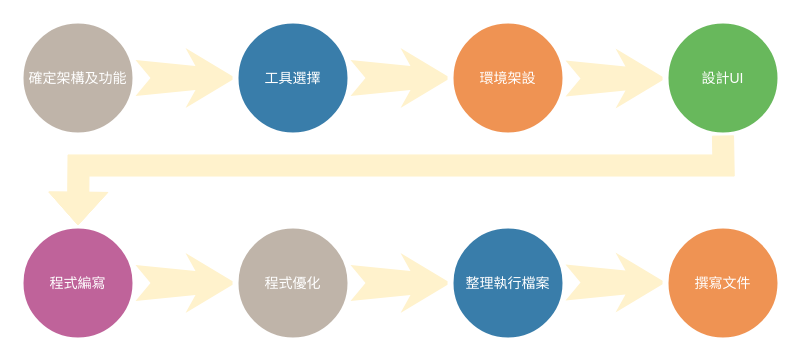
This is 流程圖.drawio from C110118150/No.11, a draw.io file, before an edit. Source tidied: cells renumbered, new cells numbered last; positions are measured from the earlier drawing's top-left corner, leaving out a move shared by most shapes. Both pictures are drawn from the tidied source at 100%, with x=0, y=0 at pixel (20, 20).
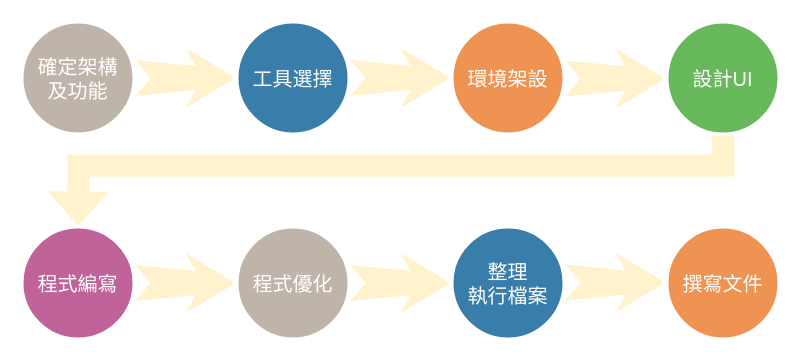
After the change.

Commit message:
更新流程圖.drawio

Diff of the diagram source:
```diff
@@
 <mxGraphModel>
   <root>
     <mxCell id="0" />
     <mxCell id="1" parent="0" />
-    <mxCell id="2" value="確定架構及功能" style="ellipse;whiteSpace=wrap;html=1;rounded=0;shadow=0;strokeWidth=6;fontSize=14;align=center;fillColor=#BFB4A9;strokeColor=#FFFFFF;fontColor=#FFFFFF;" parent="1" vertex="1">
+    <mxCell id="2" value="&lt;font style=&quot;font-size: 20px;&quot;&gt;確定架構&lt;br&gt;及功能&lt;/font&gt;" style="ellipse;whiteSpace=wrap;html=1;rounded=0;shadow=0;strokeWidth=6;fontSize=14;align=center;fillColor=#BFB4A9;strokeColor=#FFFFFF;fontColor=#FFFFFF;" parent="1" vertex="1">
       <mxGeometry width="115" height="115" as="geometry" />
     </mxCell>
     <mxCell id="3" style="html=1;shadow=0;dashed=0;align=center;verticalAlign=middle;shape=mxgraph.arrows2.stylisedArrow;dy=0.6;dx=40;notch=15;feather=0.4;rounded=0;strokeWidth=1;fontSize=27;strokeColor=none;fillColor=#fff2cc;" parent="1" vertex="1">
       <mxGeometry x="115" y="27.5" width="100" height="60" as="geometry" />
     </mxCell>
-    <mxCell id="4" value="工具選擇" style="ellipse;whiteSpace=wrap;html=1;rounded=0;shadow=0;strokeWidth=6;fontSize=14;align=center;fillColor=#397DAA;strokeColor=#FFFFFF;fontColor=#FFFFFF;" parent="1" vertex="1">
+    <mxCell id="4" value="&lt;font style=&quot;font-size: 20px;&quot;&gt;工具選擇&lt;/font&gt;" style="ellipse;whiteSpace=wrap;html=1;rounded=0;shadow=0;strokeWidth=6;fontSize=14;align=center;fillColor=#397DAA;strokeColor=#FFFFFF;fontColor=#FFFFFF;" parent="1" vertex="1">
       <mxGeometry x="215" width="115" height="115" as="geometry" />
     </mxCell>
     <mxCell id="5" style="html=1;shadow=0;dashed=0;align=center;verticalAlign=middle;shape=mxgraph.arrows2.stylisedArrow;dy=0.6;dx=40;notch=15;feather=0.4;rounded=0;strokeWidth=1;fontSize=27;strokeColor=none;fillColor=#fff2cc;" parent="1" vertex="1">
       <mxGeometry x="330" y="27.5" width="100" height="60" as="geometry" />
     </mxCell>
-    <mxCell id="6" value="環境架設" style="ellipse;whiteSpace=wrap;html=1;rounded=0;shadow=0;strokeWidth=6;fontSize=14;align=center;fillColor=#EF9353;strokeColor=#FFFFFF;fontColor=#FFFFFF;" parent="1" vertex="1">
+    <mxCell id="6" value="&lt;font style=&quot;font-size: 20px;&quot;&gt;環境架設&lt;/font&gt;" style="ellipse;whiteSpace=wrap;html=1;rounded=0;shadow=0;strokeWidth=6;fontSize=14;align=center;fillColor=#EF9353;strokeColor=#FFFFFF;fontColor=#FFFFFF;" parent="1" vertex="1">
       <mxGeometry x="430" width="115" height="115" as="geometry" />
     </mxCell>
     <mxCell id="7" style="html=1;shadow=0;dashed=0;align=center;verticalAlign=middle;shape=mxgraph.arrows2.stylisedArrow;dy=0.6;dx=40;notch=15;feather=0.4;rounded=0;strokeWidth=1;fontSize=27;strokeColor=none;fillColor=#FFF2CC;" parent="1" vertex="1">
       <mxGeometry x="545" y="28" width="100" height="60" as="geometry" />
     </mxCell>
-    <mxCell id="8" value="設計UI" style="ellipse;whiteSpace=wrap;html=1;rounded=0;shadow=0;strokeWidth=6;fontSize=14;align=center;fillColor=#68B85C;strokeColor=#FFFFFF;fontColor=#FFFFFF;" parent="1" vertex="1">
+    <mxCell id="8" value="&lt;font style=&quot;font-size: 20px;&quot;&gt;設計UI&lt;/font&gt;" style="ellipse;whiteSpace=wrap;html=1;rounded=0;shadow=0;strokeWidth=6;fontSize=14;align=center;fillColor=#68B85C;strokeColor=#FFFFFF;fontColor=#FFFFFF;" parent="1" vertex="1">
       <mxGeometry x="645" width="115" height="115" as="geometry" />
     </mxCell>
-    <mxCell id="9" value="程式編寫" style="ellipse;whiteSpace=wrap;html=1;rounded=0;shadow=0;strokeWidth=6;fontSize=14;align=center;fillColor=#BF639A;strokeColor=#FFFFFF;fontColor=#FFFFFF;" parent="1" vertex="1">
+    <mxCell id="9" value="&lt;font style=&quot;font-size: 20px;&quot;&gt;程式編寫&lt;/font&gt;" style="ellipse;whiteSpace=wrap;html=1;rounded=0;shadow=0;strokeWidth=6;fontSize=14;align=center;fillColor=#BF639A;strokeColor=#FFFFFF;fontColor=#FFFFFF;" parent="1" vertex="1">
       <mxGeometry y="205" width="115" height="115" as="geometry" />
     </mxCell>
     <mxCell id="10" style="html=1;shadow=0;dashed=0;align=center;verticalAlign=middle;shape=mxgraph.arrows2.stylisedArrow;dy=0.6;dx=40;notch=15;feather=0.4;rounded=0;strokeWidth=1;fontSize=27;strokeColor=none;fillColor=#fff2cc;" parent="1" vertex="1">
       <mxGeometry x="115" y="232.5" width="100" height="60" as="geometry" />
     </mxCell>
-    <mxCell id="11" value="程式優化" style="ellipse;whiteSpace=wrap;html=1;rounded=0;shadow=0;strokeWidth=6;fontSize=14;align=center;fillColor=#BFB4A9;strokeColor=#FFFFFF;fontColor=#FFFFFF;" parent="1" vertex="1">
+    <mxCell id="11" value="&lt;font style=&quot;font-size: 20px;&quot;&gt;程式優化&lt;/font&gt;" style="ellipse;whiteSpace=wrap;html=1;rounded=0;shadow=0;strokeWidth=6;fontSize=14;align=center;fillColor=#BFB4A9;strokeColor=#FFFFFF;fontColor=#FFFFFF;" parent="1" vertex="1">
       <mxGeometry x="215" y="205" width="115" height="115" as="geometry" />
     </mxCell>
     <mxCell id="12" style="html=1;shadow=0;dashed=0;align=center;verticalAlign=middle;shape=mxgraph.arrows2.stylisedArrow;dy=0.6;dx=40;notch=15;feather=0.4;rounded=0;strokeWidth=1;fontSize=27;strokeColor=none;fillColor=#fff2cc;" parent="1" vertex="1">
       <mxGeometry x="330" y="232.5" width="100" height="60" as="geometry" />
     </mxCell>
-    <mxCell id="13" value="整理執行檔案" style="ellipse;whiteSpace=wrap;html=1;rounded=0;shadow=0;strokeWidth=6;fontSize=14;align=center;fillColor=#397DAA;strokeColor=#FFFFFF;fontColor=#FFFFFF;" parent="1" vertex="1">
+    <mxCell id="13" value="&lt;font style=&quot;font-size: 20px;&quot;&gt;整理&lt;br&gt;執行檔案&lt;/font&gt;" style="ellipse;whiteSpace=wrap;html=1;rounded=0;shadow=0;strokeWidth=6;fontSize=14;align=center;fillColor=#397DAA;strokeColor=#FFFFFF;fontColor=#FFFFFF;" parent="1" vertex="1">
       <mxGeometry x="430" y="205" width="115" height="115" as="geometry" />
     </mxCell>
     <mxCell id="14" style="html=1;shadow=0;dashed=0;align=center;verticalAlign=middle;shape=mxgraph.arrows2.stylisedArrow;dy=0.6;dx=40;notch=15;feather=0.4;rounded=0;strokeWidth=1;fontSize=27;strokeColor=none;fillColor=#fff2cc;" parent="1" vertex="1">
       <mxGeometry x="545" y="232" width="100" height="60" as="geometry" />
     </mxCell>
-    <mxCell id="15" value="撰寫文件" style="ellipse;whiteSpace=wrap;html=1;rounded=0;shadow=0;strokeWidth=6;fontSize=14;align=center;fillColor=#EF9353;strokeColor=#FFFFFF;fontColor=#FFFFFF;" parent="1" vertex="1">
+    <mxCell id="15" value="&lt;font style=&quot;font-size: 20px;&quot;&gt;撰寫文件&lt;/font&gt;" style="ellipse;whiteSpace=wrap;html=1;rounded=0;shadow=0;strokeWidth=6;fontSize=14;align=center;fillColor=#EF9353;strokeColor=#FFFFFF;fontColor=#FFFFFF;" parent="1" vertex="1">
       <mxGeometry x="645" y="205" width="115" height="115" as="geometry" />
     </mxCell>
     <mxCell id="16" style="shape=flexArrow;endArrow=classic;html=1;rounded=0;exitX=0.5;exitY=1;exitDx=0;exitDy=0;entryX=0.5;entryY=0;entryDx=0;entryDy=0;strokeColor=#FFF2CC;fillColor=#FFF2CC;endWidth=36.666666666666664;endSize=10.588888888888889;width=21.11111111111111;" parent="1" edge="1" source="8" target="9">
       <mxGeometry relative="1" as="geometry">
         <Array as="points">
           <mxPoint x="703" y="145" />
           <mxPoint x="58" y="145" />
         </Array>
       </mxGeometry>
     </mxCell>
   </root>
 </mxGraphModel>
```
